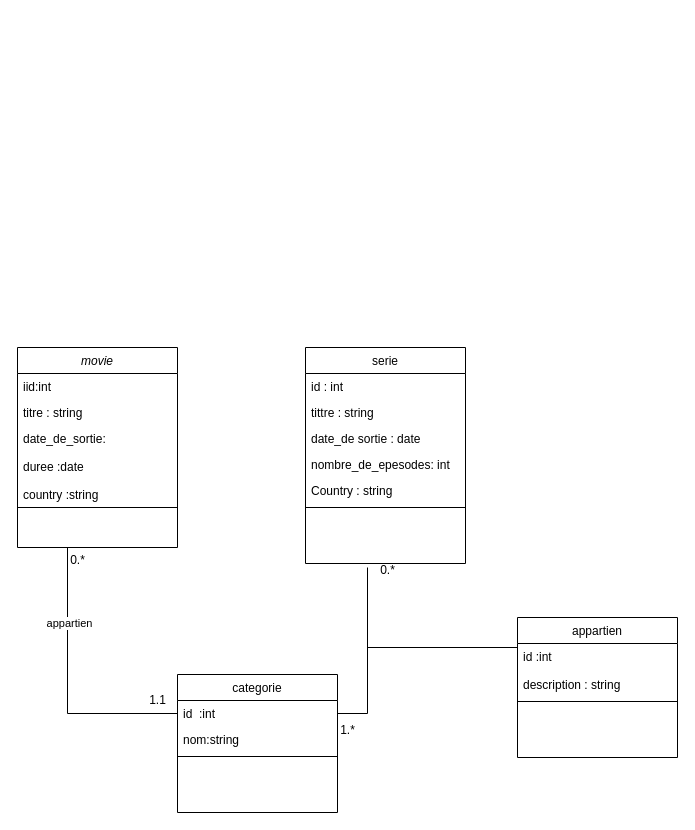
Above: Diagramme sans nom.drawio in Fatiroot/dashboard_movies-series (draw.io), before the change. Source tidied: cells renumbered, new cells numbered last; positions are measured from the earlier drawing's top-left corner, leaving out a move shared by most shapes. Both pictures are drawn from the tidied source at 100%, with x=0, y=0 at pixel (17, 347).
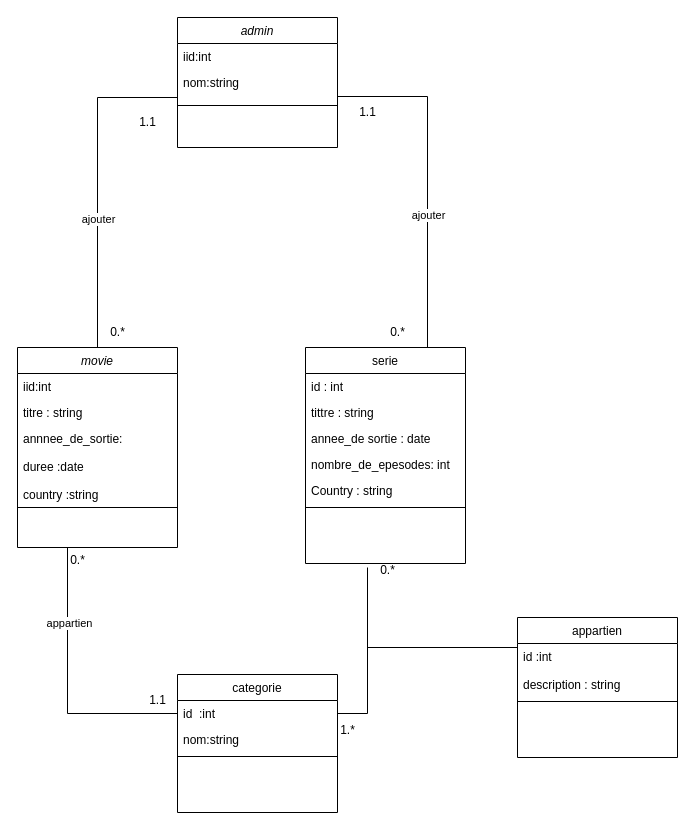
After the change.

Commit message:
Mettre à jour Diagramme de classe

The change refers to these unchanged cells:
```xml
<mxCell id="2" value="movie" style="swimlane;fontStyle=2;align=center;verticalAlign=top;horizontal=1;startSize=26;rounded=0;shadow=0;strokeWidth=1;" parent="1" vertex="1">
  <mxGeometry width="160" height="200" as="geometry" />
</mxCell>
<mxCell id="14" value="serie" style="swimlane;fontStyle=0;align=center;verticalAlign=top;horizontal=1;startSize=26;rounded=0;shadow=0;strokeWidth=1;" parent="1" vertex="1">
  <mxGeometry x="288" width="160" height="216" as="geometry" />
</mxCell>
```

Change to the diagram source:
```diff
@@
-    <mxCell id="5" value="date_de_sortie:&#10;&#10;duree :date&#10;&#10;country :string&#10;&#10;" style="text;align=left;verticalAlign=top;spacingLeft=4;spacingRight=4;overflow=hidden;rounded=0;shadow=0;html=0;" parent="2" vertex="1">
+    <mxCell id="5" value="annnee_de_sortie:&#10;&#10;duree :date&#10;&#10;country :string&#10;&#10;" style="text;align=left;verticalAlign=top;spacingLeft=4;spacingRight=4;overflow=hidden;rounded=0;shadow=0;html=0;" parent="2" vertex="1">
       <mxGeometry y="78" width="160" height="72" as="geometry" />
     </mxCell>
@@
-    <mxCell id="17" value="date_de sortie : date" style="text;align=left;verticalAlign=top;spacingLeft=4;spacingRight=4;overflow=hidden;rounded=0;shadow=0;html=0;" parent="14" vertex="1">
+    <mxCell id="17" value="annee_de sortie : date" style="text;align=left;verticalAlign=top;spacingLeft=4;spacingRight=4;overflow=hidden;rounded=0;shadow=0;html=0;" parent="14" vertex="1">
       <mxGeometry y="78" width="160" height="26" as="geometry" />
     </mxCell>
@@
+    <mxCell id="29" value="admin" style="swimlane;fontStyle=2;align=center;verticalAlign=top;horizontal=1;startSize=26;rounded=0;shadow=0;strokeWidth=1;" parent="1" vertex="1">
+      <mxGeometry x="160" y="-330" width="160" height="130" as="geometry" />
+    </mxCell>
+    <mxCell id="30" value="iid:int" style="text;align=left;verticalAlign=top;spacingLeft=4;spacingRight=4;overflow=hidden;" parent="29" vertex="1">
+      <mxGeometry y="26" width="160" height="26" as="geometry" />
+    </mxCell>
+    <mxCell id="31" value="nom:string" style="text;align=left;verticalAlign=top;spacingLeft=4;spacingRight=4;overflow=hidden;points=[[0,0.5],[1,0.5]];portConstraint=eastwest;rounded=0;shadow=0;html=0;" parent="29" vertex="1">
+      <mxGeometry y="52" width="160" height="26" as="geometry" />
+    </mxCell>
+    <mxCell id="32" style="line;html=1;strokeWidth=1;align=left;verticalAlign=middle;spacingTop=-1;spacingLeft=3;spacingRight=3;labelPosition=right;" parent="29" vertex="1">
+      <mxGeometry y="78" width="160" height="20" as="geometry" />
+    </mxCell>
+    <mxCell id="33" style="endArrow=none;html=1;rounded=0;exitX=0.5;exitY=0;exitDx=0;exitDy=0;entryX=0;entryY=1.077;entryDx=0;entryDy=0;entryPerimeter=0;" parent="1" edge="1" source="2" target="31">
+      <mxGeometry relative="1" as="geometry">
+        <Array as="points">
+          <mxPoint x="80" y="-250" />
+        </Array>
+      </mxGeometry>
+    </mxCell>
+    <mxCell id="34" value="ajouter" style="edgeLabel;html=1;align=center;verticalAlign=middle;" parent="33" vertex="1">
+      <mxGeometry x="-0.22" relative="1" as="geometry" />
+    </mxCell>
+    <mxCell id="35" style="endArrow=none;html=1;rounded=0;" parent="1" edge="1">
+      <mxGeometry relative="1" as="geometry">
+        <mxPoint x="410" as="sourcePoint" />
+        <mxPoint x="320" y="-251" as="targetPoint" />
+        <Array as="points">
+          <mxPoint x="410" y="-251" />
+        </Array>
+      </mxGeometry>
+    </mxCell>
+    <mxCell id="36" value="ajouter" style="edgeLabel;html=1;align=center;verticalAlign=middle;" parent="35" vertex="1">
+      <mxGeometry x="-0.22" relative="1" as="geometry" />
+    </mxCell>
+    <mxCell id="37" value="0.*" style="text;html=1;align=center;verticalAlign=middle;strokeColor=none;fillColor=none;" parent="1" vertex="1">
+      <mxGeometry x="80" y="-30" width="40" height="30" as="geometry" />
+    </mxCell>
+    <mxCell id="38" value="0.*" style="text;html=1;align=center;verticalAlign=middle;strokeColor=none;fillColor=none;" parent="1" vertex="1">
+      <mxGeometry x="360" y="-30" width="40" height="30" as="geometry" />
+    </mxCell>
+    <mxCell id="39" value="1.1" style="text;html=1;align=center;verticalAlign=middle;strokeColor=none;fillColor=none;" parent="1" vertex="1">
+      <mxGeometry x="330" y="-250" width="40" height="30" as="geometry" />
+    </mxCell>
+    <mxCell id="40" value="1.1" style="text;html=1;align=center;verticalAlign=middle;strokeColor=none;fillColor=none;" parent="1" vertex="1">
+      <mxGeometry x="110" y="-240" width="40" height="30" as="geometry" />
+    </mxCell>
```
